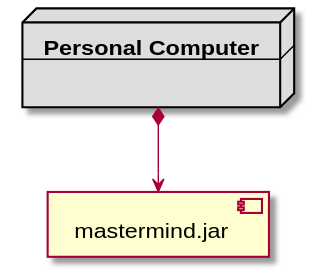
SantaTecla-mastermind/solution.java.swing.socket.sql keeps this PlantUML diagram as modelViewPresenter/presentationModel/withFacade/docs/diagrams/out/vistas/despliegue_fisica.svg. Above is the earlier version.
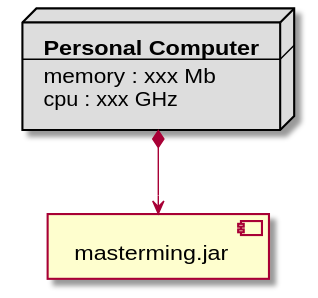
After the change.

Change to the diagram source:
```diff
@@ -2,10 +2,11 @@
 node node #DDDDDD [
 <b>Personal Computer</b>
 ----
-
+memory : xxx Mb
+cpu : xxx GHz
 ]
 
-[ mastermind.jar ] as component
+[ masterming.jar ] as component
 
 node *--> component
 @enduml
```
